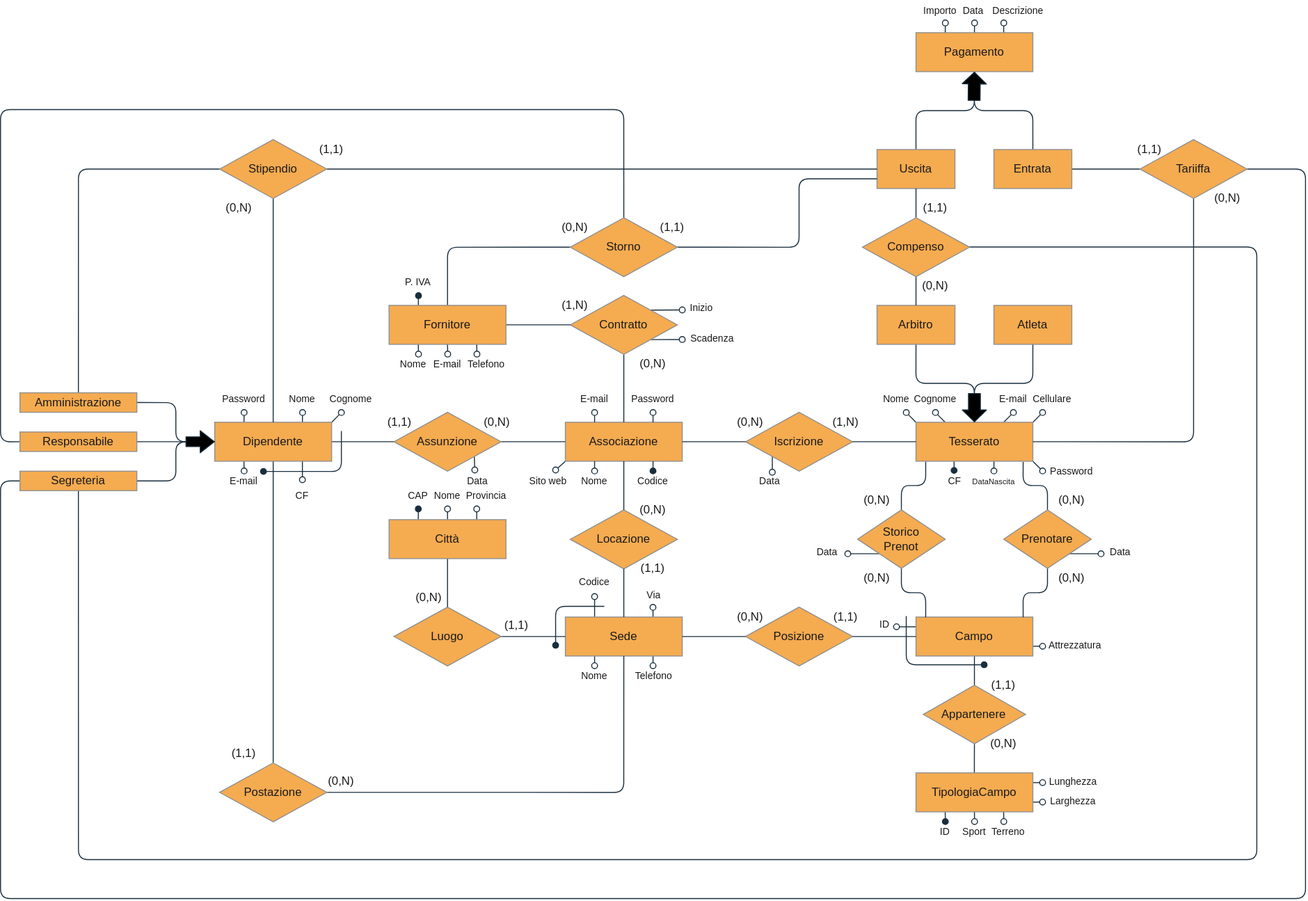
Before: newER.svg, a diagram exported from draw.io (0xCaso/simple-sport-manager). Source tidied: cells renumbered, new cells last; positions are measured from the earlier drawing's top-left corner, leaving out a move shared by most shapes.
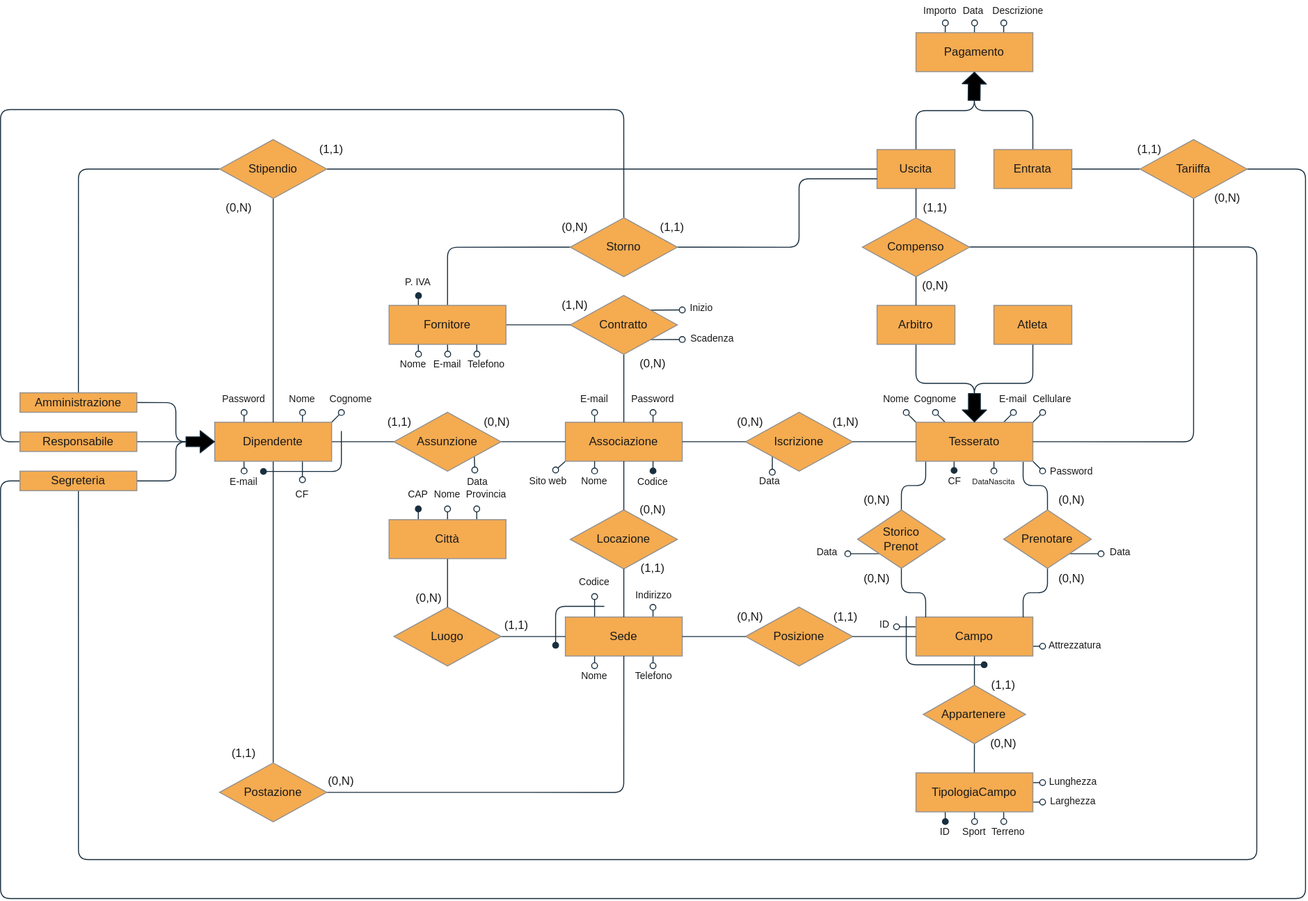
The same file after the commit.

What changed in the source:
```diff
@@ -591,7 +591,7 @@
     <mxCell id="157" value="&lt;font style=&quot;font-size: 10px&quot;&gt;Password&lt;/font&gt;" style="text;html=1;strokeColor=none;fillColor=none;align=center;verticalAlign=middle;whiteSpace=wrap;fontColor=#1A1A1A;" parent="1" vertex="1">
       <mxGeometry x="1080" y="473" width="40" height="20" as="geometry" />
     </mxCell>
-    <mxCell id="158" value="&lt;font style=&quot;font-size: 10px&quot;&gt;Via&lt;/font&gt;" style="text;html=1;strokeColor=none;fillColor=none;align=center;verticalAlign=middle;whiteSpace=wrap;fontColor=#1A1A1A;" parent="1" vertex="1">
+    <mxCell id="158" value="&lt;font style=&quot;font-size: 10px&quot;&gt;Indirizzo&lt;/font&gt;" style="text;html=1;strokeColor=none;fillColor=none;align=center;verticalAlign=middle;whiteSpace=wrap;fontColor=#1A1A1A;" parent="1" vertex="1">
       <mxGeometry x="651" y="600" width="40" height="20" as="geometry" />
     </mxCell>
     <mxCell id="159" value="&lt;font style=&quot;font-size: 10px&quot;&gt;Codice&lt;/font&gt;" style="text;html=1;strokeColor=none;fillColor=none;align=center;verticalAlign=middle;whiteSpace=wrap;fontColor=#1A1A1A;" parent="1" vertex="1">
```
